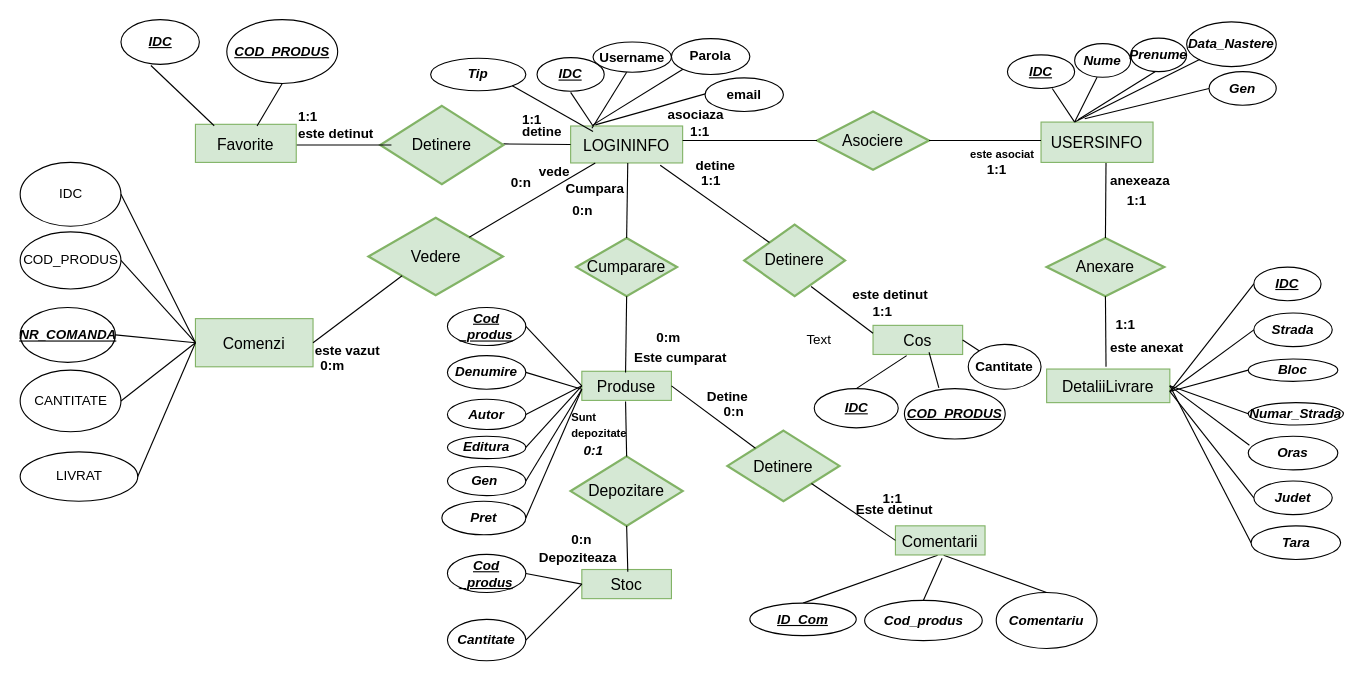
The draw.io diagram architecture/BookShop .drawio in BBQB0Bo/Bookshop, before the edit. Source tidied: cells renumbered, new cells numbered last; positions are measured from the earlier drawing's top-left corner, leaving out a move shared by most shapes. Both pictures are drawn from the tidied source at 112%, with x=0, y=0 at pixel (19, 19).
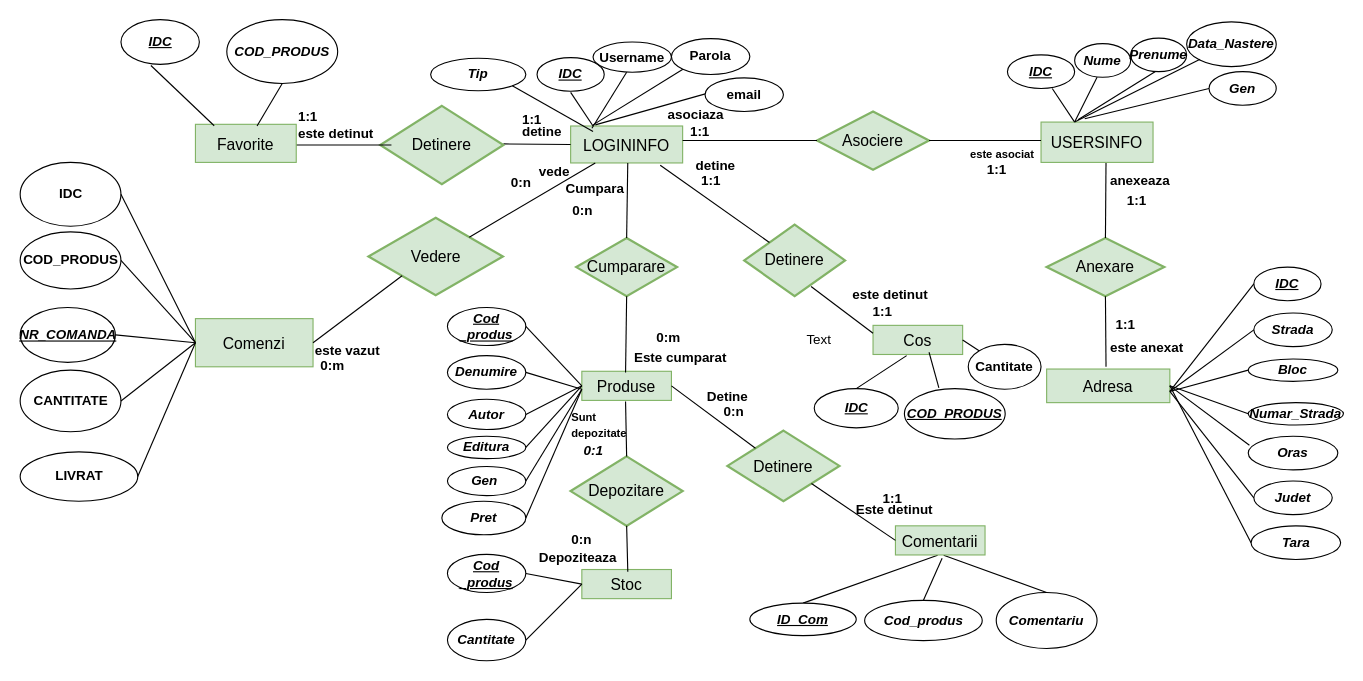
The same diagram, later.

The edit, as a diff of the source:
```diff
@@
-    <mxCell id="29" value="DetaliiLivrare" style="text;align=center;verticalAlign=middle;spacingLeft=4;spacingRight=4;strokeColor=#82b366;fillColor=#d5e8d4;points=[[0,0.5],[1,0.5]];portConstraint=eastwest;fontSize=14;" parent="1" vertex="1">
+    <mxCell id="29" value="Adresa" style="text;align=center;verticalAlign=middle;spacingLeft=4;spacingRight=4;strokeColor=#82b366;fillColor=#d5e8d4;points=[[0,0.5],[1,0.5]];portConstraint=eastwest;fontSize=14;" parent="1" vertex="1">
       <mxGeometry x="917" y="312" width="110" height="30" as="geometry" />
     </mxCell>
@@
-    <mxCell id="118" value="&lt;b&gt;&lt;i&gt;&lt;u&gt;COD_PRODUS&lt;/u&gt;&lt;/i&gt;&lt;/b&gt;" style="ellipse;whiteSpace=wrap;html=1;" parent="1" vertex="1">
+    <mxCell id="118" value="&lt;b&gt;&lt;i&gt;COD_PRODUS&lt;/i&gt;&lt;/b&gt;" style="ellipse;whiteSpace=wrap;html=1;" parent="1" vertex="1">
       <mxGeometry x="185" width="99" height="57" as="geometry" />
     </mxCell>
@@
-    <mxCell id="120" value="&lt;b&gt;&lt;i&gt;&lt;u&gt;NR_COMANDA&lt;/u&gt;&lt;/i&gt;&lt;/b&gt;" style="ellipse;whiteSpace=wrap;html=1;" parent="1" vertex="1">
+    <mxCell id="120" value="&lt;i&gt;&lt;u&gt;&lt;b&gt;NR_COMANDA&lt;/b&gt;&lt;/u&gt;&lt;/i&gt;" style="ellipse;whiteSpace=wrap;html=1;" parent="1" vertex="1">
       <mxGeometry x="0.5" y="257" width="85" height="49" as="geometry" />
     </mxCell>
-    <mxCell id="121" value="COD_PRODUS" style="ellipse;whiteSpace=wrap;html=1;" parent="1" vertex="1">
+    <mxCell id="121" value="&lt;b&gt;COD_PRODUS&lt;/b&gt;" style="ellipse;whiteSpace=wrap;html=1;" parent="1" vertex="1">
       <mxGeometry x="0.5" y="189.5" width="90" height="51" as="geometry" />
     </mxCell>
-    <mxCell id="122" value="IDC" style="ellipse;whiteSpace=wrap;html=1;" parent="1" vertex="1">
+    <mxCell id="122" value="&lt;b&gt;IDC&lt;/b&gt;" style="ellipse;whiteSpace=wrap;html=1;" parent="1" vertex="1">
       <mxGeometry x="0.5" y="127.5" width="90" height="57" as="geometry" />
     </mxCell>
-    <mxCell id="123" value="CANTITATE" style="ellipse;whiteSpace=wrap;html=1;" parent="1" vertex="1">
+    <mxCell id="123" value="&lt;b&gt;CANTITATE&lt;/b&gt;" style="ellipse;whiteSpace=wrap;html=1;" parent="1" vertex="1">
       <mxGeometry x="0.5" y="313" width="90" height="55" as="geometry" />
     </mxCell>
-    <mxCell id="124" value="LIVRAT" style="ellipse;whiteSpace=wrap;html=1;" parent="1" vertex="1">
+    <mxCell id="124" value="&lt;b&gt;LIVRAT&lt;/b&gt;" style="ellipse;whiteSpace=wrap;html=1;" parent="1" vertex="1">
       <mxGeometry x="0.5" y="386" width="105" height="44" as="geometry" />
     </mxCell>
```
